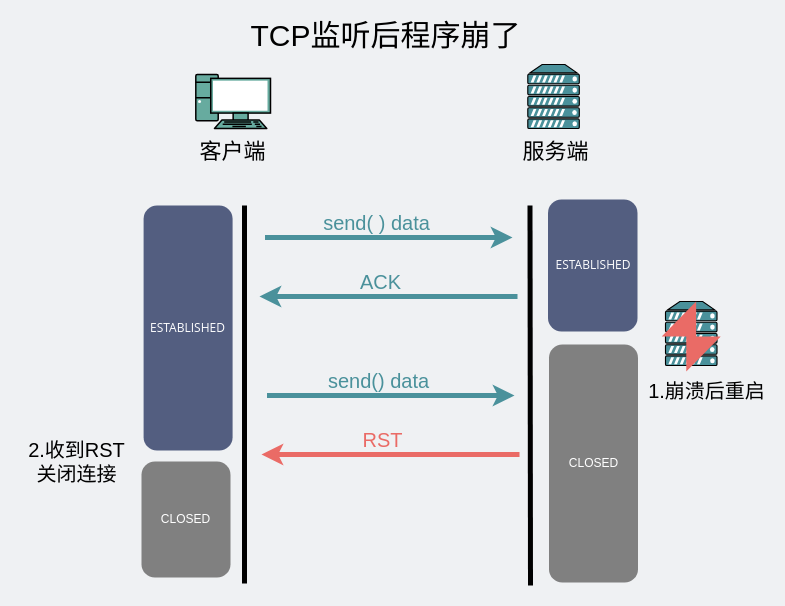
The draw.io diagram network/TCP监听了但崩了.drawio in xiaobaiTech/image, before the edit. Source tidied: cells renumbered, new cells numbered last; positions are measured from the earlier drawing's top-left corner, leaving out a move shared by most shapes. Both pictures are drawn from the tidied source at 100%, with x=0, y=0 at pixel (17, 21).
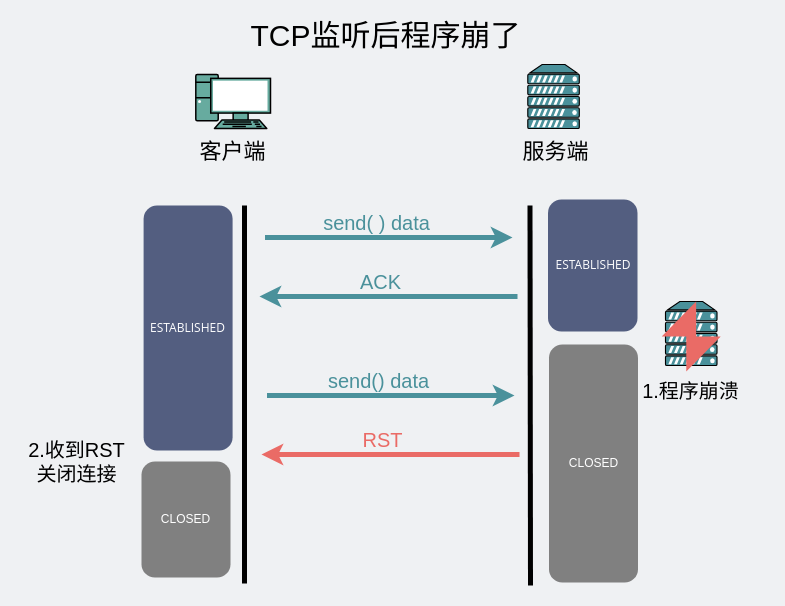
The same page after the edit.

Commit message:
Update TCP监听了但崩了.drawio

Diff of the diagram source:
```diff
@@
-    <mxCell id="18" value="&lt;font style=&quot;font-size: 20px&quot;&gt;1.崩溃后重启&lt;/font&gt;" style="text;html=1;strokeColor=none;fillColor=none;align=center;verticalAlign=middle;whiteSpace=wrap;rounded=0;" parent="1" vertex="1">
-      <mxGeometry x="628.3" y="352" width="122.7" height="33" as="geometry" />
+    <mxCell id="18" value="&lt;font style=&quot;font-size: 20px&quot;&gt;1.程序崩溃&lt;/font&gt;" style="text;html=1;strokeColor=none;fillColor=none;align=center;verticalAlign=middle;whiteSpace=wrap;rounded=0;" parent="1" vertex="1">
+      <mxGeometry x="612.4" y="352" width="122.7" height="33" as="geometry" />
     </mxCell>
```
